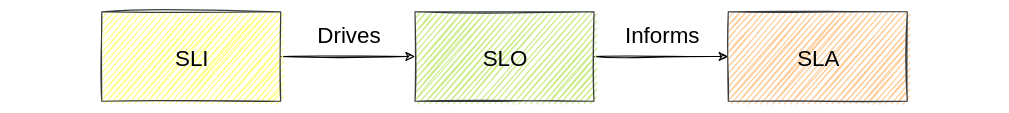
Earlier version of the draw.io export content/files/sli_slo_sla.svg (TheRealMattDunn/mattdunn.info). Source tidied: cells renumbered, new cells last; positions are measured from the earlier drawing's top-left corner, leaving out a move shared by most shapes. Source of this version:
```xml
<mxGraphModel>
  <root>
    <mxCell id="0" />
    <mxCell id="1" parent="0" />
    <mxCell id="2" style="edgeStyle=none;html=1;fontSize=20;" parent="1" edge="1" source="3" target="5">
      <mxGeometry relative="1" as="geometry" />
    </mxCell>
    <mxCell id="3" value="SLI" style="rounded=0;whiteSpace=wrap;html=1;fontSize=20;fillColor=#ffff88;strokeColor=#36393d;" parent="1" vertex="1">
      <mxGeometry width="160" height="80" as="geometry" />
    </mxCell>
    <mxCell id="4" style="edgeStyle=none;html=1;fontSize=20;" parent="1" edge="1" source="5" target="6">
      <mxGeometry relative="1" as="geometry" />
    </mxCell>
    <mxCell id="5" value="SLO" style="rounded=0;whiteSpace=wrap;html=1;fontSize=20;fillColor=#cdeb8b;strokeColor=#36393d;" parent="1" vertex="1">
      <mxGeometry x="280" width="160" height="80" as="geometry" />
    </mxCell>
    <mxCell id="6" value="SLA" style="rounded=0;whiteSpace=wrap;html=1;fontSize=20;fillColor=#ffcc99;strokeColor=#36393d;" parent="1" vertex="1">
      <mxGeometry x="560" width="160" height="80" as="geometry" />
    </mxCell>
    <mxCell id="7" value="Drives" style="text;html=1;align=center;verticalAlign=middle;strokeColor=none;fontSize=20;" parent="1" vertex="1">
      <mxGeometry x="187" y="5" width="67" height="28" as="geometry" />
    </mxCell>
    <mxCell id="8" value="Informs" style="text;html=1;align=center;verticalAlign=middle;strokeColor=none;fontSize=20;" parent="1" vertex="1">
      <mxGeometry x="462" y="5" width="77" height="28" as="geometry" />
    </mxCell>
  </root>
</mxGraphModel>
```
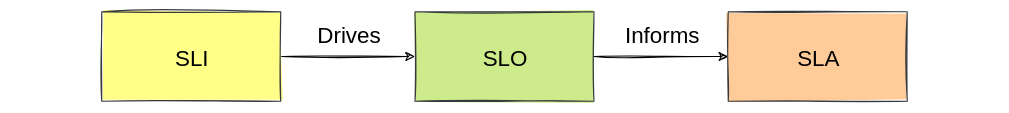
After the change.

The edit, as a diff of the source:
```diff
@@ -5,16 +5,16 @@
     <mxCell id="2" style="edgeStyle=none;html=1;fontSize=20;" parent="1" edge="1" source="3" target="5">
       <mxGeometry relative="1" as="geometry" />
     </mxCell>
-    <mxCell id="3" value="SLI" style="rounded=0;whiteSpace=wrap;html=1;fontSize=20;fillColor=#ffff88;strokeColor=#36393d;" parent="1" vertex="1">
+    <mxCell id="3" value="SLI" style="rounded=0;whiteSpace=wrap;html=1;fontSize=20;fillColor=#ffff88;strokeColor=#36393d;sketch=1;fillStyle=solid;" parent="1" vertex="1">
       <mxGeometry width="160" height="80" as="geometry" />
     </mxCell>
     <mxCell id="4" style="edgeStyle=none;html=1;fontSize=20;" parent="1" edge="1" source="5" target="6">
       <mxGeometry relative="1" as="geometry" />
     </mxCell>
-    <mxCell id="5" value="SLO" style="rounded=0;whiteSpace=wrap;html=1;fontSize=20;fillColor=#cdeb8b;strokeColor=#36393d;" parent="1" vertex="1">
+    <mxCell id="5" value="SLO" style="rounded=0;whiteSpace=wrap;html=1;fontSize=20;fillColor=#cdeb8b;strokeColor=#36393d;sketch=1;fillStyle=solid;" parent="1" vertex="1">
       <mxGeometry x="280" width="160" height="80" as="geometry" />
     </mxCell>
-    <mxCell id="6" value="SLA" style="rounded=0;whiteSpace=wrap;html=1;fontSize=20;fillColor=#ffcc99;strokeColor=#36393d;" parent="1" vertex="1">
+    <mxCell id="6" value="SLA" style="rounded=0;whiteSpace=wrap;html=1;fontSize=20;fillColor=#ffcc99;strokeColor=#36393d;sketch=1;fillStyle=solid;" parent="1" vertex="1">
       <mxGeometry x="560" width="160" height="80" as="geometry" />
     </mxCell>
     <mxCell id="7" value="Drives" style="text;html=1;align=center;verticalAlign=middle;strokeColor=none;fontSize=20;" parent="1" vertex="1">
```
